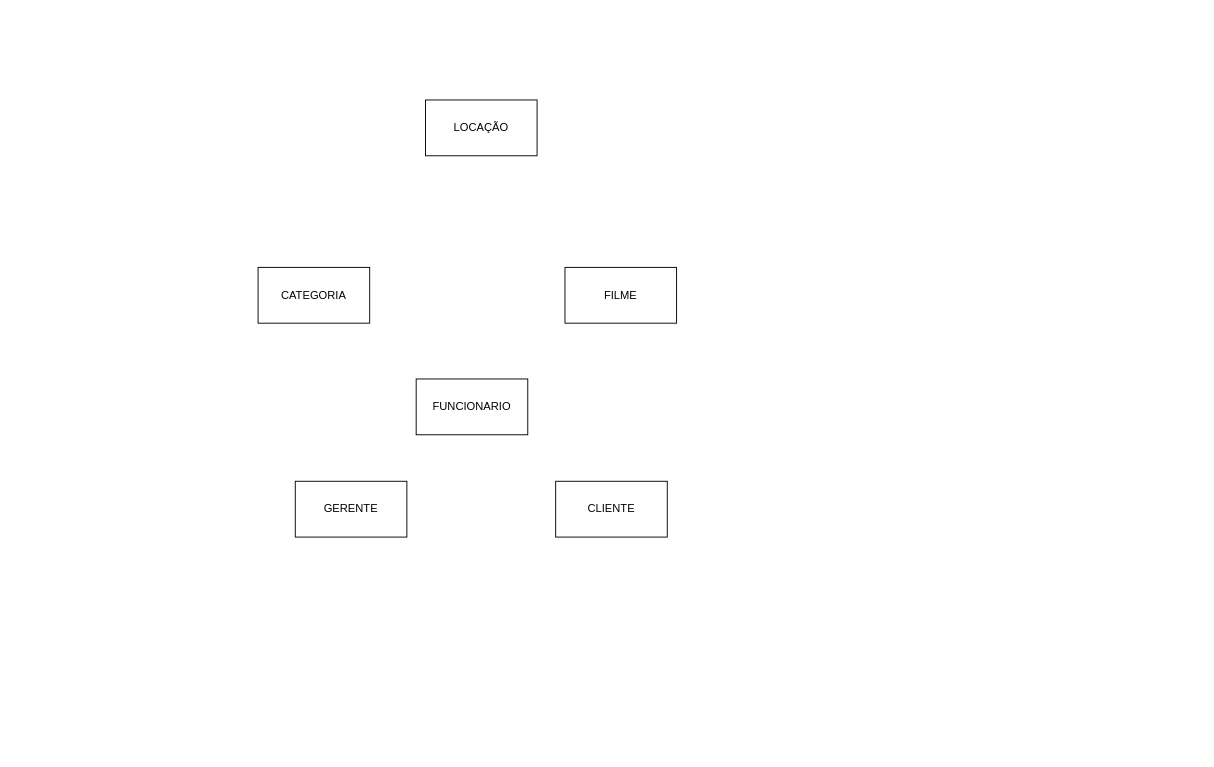
This is LEOBDATV2.drawio from Konitch/Diagram, a draw.io file, before an edit. Source tidied: cells renumbered, new cells numbered last; positions are measured from the earlier drawing's top-left corner, leaving out a move shared by most shapes. Both pictures are drawn from the tidied source at 93%, with x=0, y=0 at pixel (258, 100).
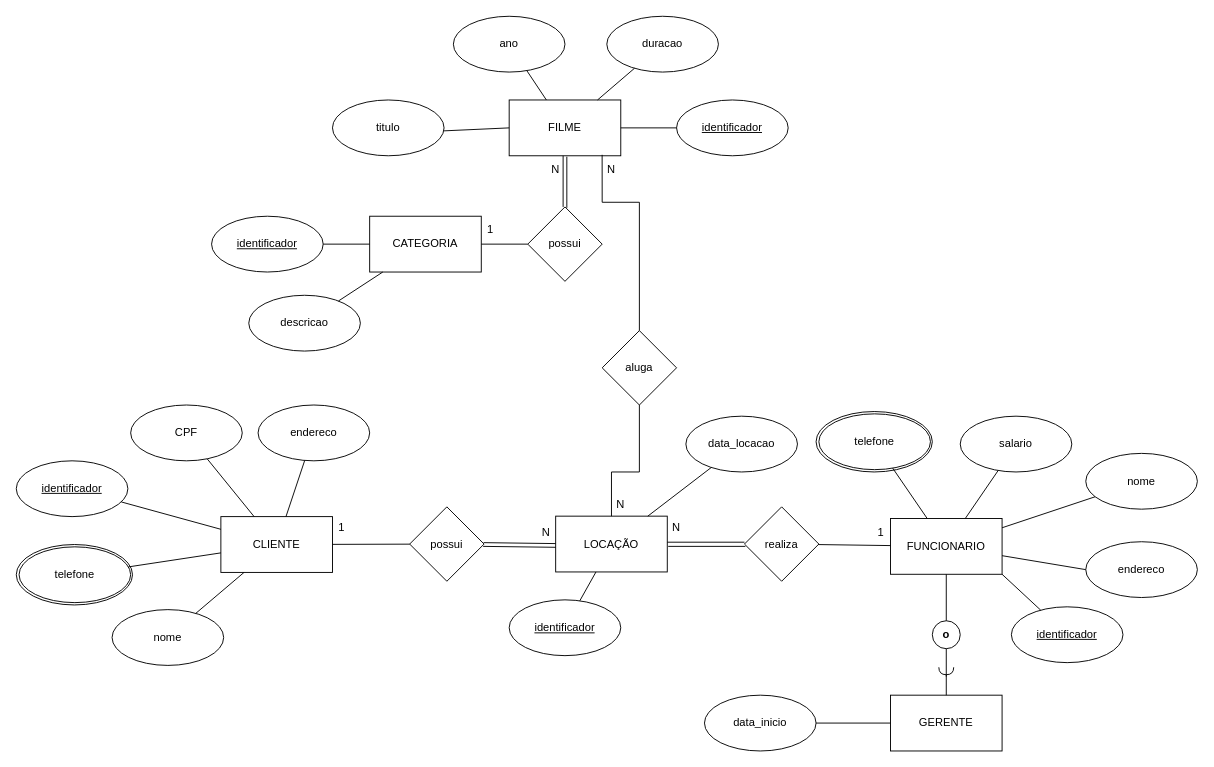
The same diagram, later.

What changed in the source:
```diff
@@
     <mxCell id="2" value="FUNCIONARIO" style="rounded=0;whiteSpace=wrap;html=1;" parent="1" vertex="1">
-      <mxGeometry x="170" y="300" width="120" height="60" as="geometry" />
+      <mxGeometry x="680" y="450" width="120" height="60" as="geometry" />
     </mxCell>
     <mxCell id="3" value="GERENTE" style="rounded=0;whiteSpace=wrap;html=1;" parent="1" vertex="1">
-      <mxGeometry x="40" y="410" width="120" height="60" as="geometry" />
+      <mxGeometry x="680" y="640" width="120" height="60" as="geometry" />
     </mxCell>
     <mxCell id="4" value="CLIENTE" style="rounded=0;whiteSpace=wrap;html=1;" parent="1" vertex="1">
-      <mxGeometry x="320" y="410" width="120" height="60" as="geometry" />
+      <mxGeometry x="-40" y="448" width="120" height="60" as="geometry" />
     </mxCell>
     <mxCell id="5" value="FILME" style="rounded=0;whiteSpace=wrap;html=1;" parent="1" vertex="1">
-      <mxGeometry x="330" y="180" width="120" height="60" as="geometry" />
+      <mxGeometry x="270" width="120" height="60" as="geometry" />
     </mxCell>
     <mxCell id="6" value="CATEGORIA" style="rounded=0;whiteSpace=wrap;html=1;" parent="1" vertex="1">
-      <mxGeometry y="180" width="120" height="60" as="geometry" />
+      <mxGeometry x="120" y="125" width="120" height="60" as="geometry" />
     </mxCell>
     <mxCell id="7" value="LOCAÇÃO" style="rounded=0;whiteSpace=wrap;html=1;" parent="1" vertex="1">
-      <mxGeometry x="180" width="120" height="60" as="geometry" />
+      <mxGeometry x="320" y="447.5" width="120" height="60" as="geometry" />
     </mxCell>
+    <mxCell id="8" value="salario" style="ellipse;whiteSpace=wrap;html=1;" parent="1" vertex="1">
+      <mxGeometry x="755" y="340" width="120" height="60" as="geometry" />
+    </mxCell>
+    <mxCell id="9" value="&lt;u&gt;identificador&lt;/u&gt;" style="ellipse;whiteSpace=wrap;html=1;" parent="1" vertex="1">
+      <mxGeometry x="810" y="545" width="120" height="60" as="geometry" />
+    </mxCell>
+    <mxCell id="10" value="endereco" style="ellipse;whiteSpace=wrap;html=1;" parent="1" vertex="1">
+      <mxGeometry x="890" y="475" width="120" height="60" as="geometry" />
+    </mxCell>
+    <mxCell id="11" value="nome" style="ellipse;whiteSpace=wrap;html=1;" parent="1" vertex="1">
+      <mxGeometry x="890" y="380" width="120" height="60" as="geometry" />
+    </mxCell>
+    <mxCell id="12" style="ellipse;whiteSpace=wrap;html=1;perimeterSpacing=0;" parent="1" vertex="1">
+      <mxGeometry x="600" y="335" width="125" height="65" as="geometry" />
+    </mxCell>
+    <mxCell id="13" value="telefone" style="ellipse;whiteSpace=wrap;html=1;perimeterSpacing=0;" parent="1" vertex="1">
+      <mxGeometry x="603" y="337.5" width="120" height="60" as="geometry" />
+    </mxCell>
+    <mxCell id="14" style="endArrow=none;html=1;rounded=0;" parent="1" edge="1" source="13" target="2">
+      <mxGeometry relative="1" as="geometry" />
+    </mxCell>
+    <mxCell id="15" style="endArrow=none;html=1;rounded=0;exitX=1;exitY=1;exitDx=0;exitDy=0;" parent="1" edge="1" source="2" target="9">
+      <mxGeometry relative="1" as="geometry" />
+    </mxCell>
+    <mxCell id="16" style="endArrow=none;html=1;rounded=0;" parent="1" edge="1" source="8" target="2">
+      <mxGeometry relative="1" as="geometry" />
+    </mxCell>
+    <mxCell id="17" style="endArrow=none;html=1;rounded=0;entryX=0;entryY=0.5;entryDx=0;entryDy=0;" parent="1" edge="1" source="2" target="10">
+      <mxGeometry relative="1" as="geometry" />
+    </mxCell>
+    <mxCell id="18" style="endArrow=none;html=1;rounded=0;" parent="1" edge="1" source="2" target="11">
+      <mxGeometry relative="1" as="geometry" />
+    </mxCell>
+    <mxCell id="19" value="&lt;b&gt;o&lt;/b&gt;" style="ellipse;whiteSpace=wrap;html=1;" parent="1" vertex="1">
+      <mxGeometry x="725" y="560" width="30" height="30" as="geometry" />
+    </mxCell>
+    <mxCell id="20" style="endArrow=halfCircle;html=1;rounded=0;endFill=0;" parent="1" edge="1" source="3">
+      <mxGeometry relative="1" as="geometry">
+        <mxPoint x="740" y="610" as="targetPoint" />
+      </mxGeometry>
+    </mxCell>
+    <mxCell id="21" style="endArrow=none;html=1;rounded=0;entryX=0.5;entryY=0;entryDx=0;entryDy=0;" parent="1" edge="1" source="2" target="19">
+      <mxGeometry relative="1" as="geometry" />
+    </mxCell>
+    <mxCell id="22" style="endArrow=none;html=1;rounded=0;entryX=0.5;entryY=1;entryDx=0;entryDy=0;" parent="1" edge="1" target="19">
+      <mxGeometry relative="1" as="geometry">
+        <mxPoint x="740" y="620" as="sourcePoint" />
+      </mxGeometry>
+    </mxCell>
+    <mxCell id="23" value="data_inicio" style="ellipse;whiteSpace=wrap;html=1;" parent="1" vertex="1">
+      <mxGeometry x="480" y="640" width="120" height="60" as="geometry" />
+    </mxCell>
+    <mxCell id="24" style="endArrow=none;html=1;rounded=0;" parent="1" edge="1" source="23" target="3">
+      <mxGeometry relative="1" as="geometry" />
+    </mxCell>
+    <mxCell id="25" value="&lt;u&gt;identificador&lt;/u&gt;" style="ellipse;whiteSpace=wrap;html=1;" parent="1" vertex="1">
+      <mxGeometry x="-50" y="125" width="120" height="60" as="geometry" />
+    </mxCell>
+    <mxCell id="26" style="endArrow=none;html=1;rounded=0;" parent="1" edge="1" source="25" target="6">
+      <mxGeometry relative="1" as="geometry" />
+    </mxCell>
+    <mxCell id="27" value="descricao" style="ellipse;whiteSpace=wrap;html=1;" parent="1" vertex="1">
+      <mxGeometry x="-10" y="210" width="120" height="60" as="geometry" />
+    </mxCell>
+    <mxCell id="28" style="endArrow=none;html=1;rounded=0;" parent="1" edge="1" source="27" target="6">
+      <mxGeometry relative="1" as="geometry" />
+    </mxCell>
+    <mxCell id="29" value="&lt;u&gt;identificador&lt;/u&gt;" style="ellipse;whiteSpace=wrap;html=1;" parent="1" vertex="1">
+      <mxGeometry x="450" width="120" height="60" as="geometry" />
+    </mxCell>
+    <mxCell id="30" value="titulo" style="ellipse;whiteSpace=wrap;html=1;" parent="1" vertex="1">
+      <mxGeometry x="80" width="120" height="60" as="geometry" />
+    </mxCell>
+    <mxCell id="31" value="ano" style="ellipse;whiteSpace=wrap;html=1;" parent="1" vertex="1">
+      <mxGeometry x="210" y="-90" width="120" height="60" as="geometry" />
+    </mxCell>
+    <mxCell id="32" value="duracao" style="ellipse;whiteSpace=wrap;html=1;" parent="1" vertex="1">
+      <mxGeometry x="375" y="-90" width="120" height="60" as="geometry" />
+    </mxCell>
+    <mxCell id="33" style="endArrow=none;html=1;rounded=0;" parent="1" edge="1" source="5" target="31">
+      <mxGeometry relative="1" as="geometry" />
+    </mxCell>
+    <mxCell id="34" style="endArrow=none;html=1;rounded=0;" parent="1" edge="1" source="30" target="5">
+      <mxGeometry relative="1" as="geometry" />
+    </mxCell>
+    <mxCell id="35" style="endArrow=none;html=1;rounded=0;" parent="1" edge="1" source="5" target="32">
+      <mxGeometry relative="1" as="geometry" />
+    </mxCell>
+    <mxCell id="36" style="endArrow=none;html=1;rounded=0;" parent="1" edge="1" source="29" target="5">
+      <mxGeometry relative="1" as="geometry" />
+    </mxCell>
+    <mxCell id="37" style="ellipse;whiteSpace=wrap;html=1;perimeterSpacing=0;" parent="1" vertex="1">
+      <mxGeometry x="-260" y="478" width="125" height="65" as="geometry" />
+    </mxCell>
+    <mxCell id="38" value="telefone" style="ellipse;whiteSpace=wrap;html=1;perimeterSpacing=0;" parent="1" vertex="1">
+      <mxGeometry x="-257" y="480.5" width="120" height="60" as="geometry" />
+    </mxCell>
+    <mxCell id="39" value="&lt;u&gt;identificador&lt;/u&gt;" style="ellipse;whiteSpace=wrap;html=1;" parent="1" vertex="1">
+      <mxGeometry x="-260" y="388" width="120" height="60" as="geometry" />
+    </mxCell>
+    <mxCell id="40" value="nome" style="ellipse;whiteSpace=wrap;html=1;" parent="1" vertex="1">
+      <mxGeometry x="-157" y="548" width="120" height="60" as="geometry" />
+    </mxCell>
+    <mxCell id="41" value="CPF" style="ellipse;whiteSpace=wrap;html=1;" parent="1" vertex="1">
+      <mxGeometry x="-137" y="328" width="120" height="60" as="geometry" />
+    </mxCell>
+    <mxCell id="42" value="endereco" style="ellipse;whiteSpace=wrap;html=1;" parent="1" vertex="1">
+      <mxGeometry y="328" width="120" height="60" as="geometry" />
+    </mxCell>
+    <mxCell id="43" style="endArrow=none;html=1;rounded=0;" parent="1" edge="1" source="41" target="4">
+      <mxGeometry relative="1" as="geometry" />
+    </mxCell>
+    <mxCell id="44" style="endArrow=none;html=1;rounded=0;" parent="1" edge="1" source="39" target="4">
+      <mxGeometry relative="1" as="geometry" />
+    </mxCell>
+    <mxCell id="45" style="endArrow=none;html=1;rounded=0;" parent="1" edge="1" source="38" target="4">
+      <mxGeometry relative="1" as="geometry" />
+    </mxCell>
+    <mxCell id="46" style="endArrow=none;html=1;rounded=0;" parent="1" edge="1" source="40" target="4">
+      <mxGeometry relative="1" as="geometry" />
+    </mxCell>
+    <mxCell id="47" style="endArrow=none;html=1;rounded=0;" parent="1" edge="1" source="42" target="4">
+      <mxGeometry relative="1" as="geometry" />
+    </mxCell>
+    <mxCell id="48" value="&lt;u&gt;identificador&lt;/u&gt;" style="ellipse;whiteSpace=wrap;html=1;" parent="1" vertex="1">
+      <mxGeometry x="270" y="537.5" width="120" height="60" as="geometry" />
+    </mxCell>
+    <mxCell id="49" value="data_locacao" style="ellipse;whiteSpace=wrap;html=1;" parent="1" vertex="1">
+      <mxGeometry x="460" y="340" width="120" height="60" as="geometry" />
+    </mxCell>
+    <mxCell id="50" style="endArrow=none;html=1;rounded=0;" parent="1" edge="1" source="48" target="7">
+      <mxGeometry relative="1" as="geometry" />
+    </mxCell>
+    <mxCell id="51" style="endArrow=none;html=1;rounded=0;" parent="1" edge="1" source="49" target="7">
+      <mxGeometry relative="1" as="geometry" />
+    </mxCell>
+    <mxCell id="52" value="possui" style="rhombus;whiteSpace=wrap;html=1;" parent="1" vertex="1">
+      <mxGeometry x="290" y="115" width="80" height="80" as="geometry" />
+    </mxCell>
+    <mxCell id="53" style="endArrow=none;html=1;rounded=0;" parent="1" edge="1">
+      <mxGeometry relative="1" as="geometry">
+        <mxPoint x="328" y="60" as="sourcePoint" />
+        <mxPoint x="328" y="115" as="targetPoint" />
+      </mxGeometry>
+    </mxCell>
+    <mxCell id="54" style="endArrow=none;html=1;rounded=0;" parent="1" edge="1" source="6" target="52">
+      <mxGeometry relative="1" as="geometry" />
+    </mxCell>
+    <mxCell id="55" value="realiza" style="rhombus;whiteSpace=wrap;html=1;" parent="1" vertex="1">
+      <mxGeometry x="523" y="437.5" width="80" height="80" as="geometry" />
+    </mxCell>
+    <mxCell id="56" style="endArrow=none;html=1;rounded=0;" parent="1" edge="1">
+      <mxGeometry relative="1" as="geometry">
+        <mxPoint x="440" y="475.5" as="sourcePoint" />
+        <mxPoint x="523" y="475.5" as="targetPoint" />
+      </mxGeometry>
+    </mxCell>
+    <mxCell id="57" style="endArrow=none;html=1;rounded=0;" parent="1" edge="1" source="55" target="2">
+      <mxGeometry relative="1" as="geometry" />
+    </mxCell>
+    <mxCell id="58" value="1" style="text;html=1;align=center;verticalAlign=middle;whiteSpace=wrap;rounded=0;" parent="1" vertex="1">
+      <mxGeometry x="240" y="125" width="20" height="30" as="geometry" />
+    </mxCell>
+    <mxCell id="59" value="N" style="text;html=1;align=center;verticalAlign=middle;whiteSpace=wrap;rounded=0;" parent="1" vertex="1">
+      <mxGeometry x="310" y="60" width="20" height="30" as="geometry" />
+    </mxCell>
+    <mxCell id="60" style="endArrow=none;html=1;rounded=0;" parent="1" edge="1">
+      <mxGeometry relative="1" as="geometry">
+        <mxPoint x="332" y="61" as="sourcePoint" />
+        <mxPoint x="332" y="116" as="targetPoint" />
+      </mxGeometry>
+    </mxCell>
+    <mxCell id="61" style="endArrow=none;html=1;rounded=0;strokeWidth=1;" parent="1" edge="1">
+      <mxGeometry relative="1" as="geometry">
+        <mxPoint x="441" y="480" as="sourcePoint" />
+        <mxPoint x="524" y="480" as="targetPoint" />
+      </mxGeometry>
+    </mxCell>
+    <mxCell id="62" value="N" style="text;html=1;align=center;verticalAlign=middle;whiteSpace=wrap;rounded=0;" parent="1" vertex="1">
+      <mxGeometry x="440" y="445" width="20" height="30" as="geometry" />
+    </mxCell>
+    <mxCell id="63" value="1" style="text;html=1;align=center;verticalAlign=middle;whiteSpace=wrap;rounded=0;" parent="1" vertex="1">
+      <mxGeometry x="660" y="450" width="20" height="30" as="geometry" />
+    </mxCell>
+    <mxCell id="64" value="possui" style="rhombus;whiteSpace=wrap;html=1;" parent="1" vertex="1">
+      <mxGeometry x="163" y="437.5" width="80" height="80" as="geometry" />
+    </mxCell>
+    <mxCell id="65" style="endArrow=none;html=1;rounded=0;" parent="1" edge="1" source="4" target="64">
+      <mxGeometry relative="1" as="geometry" />
+    </mxCell>
+    <mxCell id="66" style="endArrow=none;html=1;rounded=0;" parent="1" edge="1">
+      <mxGeometry relative="1" as="geometry">
+        <mxPoint x="242.5" y="476" as="sourcePoint" />
+        <mxPoint x="320" y="477" as="targetPoint" />
+      </mxGeometry>
+    </mxCell>
+    <mxCell id="67" value="1" style="text;html=1;align=center;verticalAlign=middle;whiteSpace=wrap;rounded=0;" parent="1" vertex="1">
+      <mxGeometry x="80" y="445" width="20" height="30" as="geometry" />
+    </mxCell>
+    <mxCell id="68" value="N" style="text;html=1;align=center;verticalAlign=middle;whiteSpace=wrap;rounded=0;" parent="1" vertex="1">
+      <mxGeometry x="300" y="450" width="20" height="30" as="geometry" />
+    </mxCell>
+    <mxCell id="69" style="endArrow=none;html=1;rounded=0;" parent="1" edge="1">
+      <mxGeometry relative="1" as="geometry">
+        <mxPoint x="242" y="480" as="sourcePoint" />
+        <mxPoint x="320" y="481" as="targetPoint" />
+      </mxGeometry>
+    </mxCell>
+    <mxCell id="70" value="aluga" style="rhombus;whiteSpace=wrap;html=1;" parent="1" vertex="1">
+      <mxGeometry x="370" y="248" width="80" height="80" as="geometry" />
+    </mxCell>
+    <mxCell id="71" style="endArrow=none;html=1;rounded=0;" parent="1" edge="1" source="70" target="7">
+      <mxGeometry relative="1" as="geometry">
+        <Array as="points">
+          <mxPoint x="410" y="400" />
+          <mxPoint x="380" y="400" />
+        </Array>
+      </mxGeometry>
+    </mxCell>
+    <mxCell id="72" style="endArrow=none;html=1;rounded=0;exitX=0.833;exitY=0.983;exitDx=0;exitDy=0;exitPerimeter=0;" parent="1" edge="1" source="5" target="70">
+      <mxGeometry relative="1" as="geometry">
+        <Array as="points">
+          <mxPoint x="370" y="110" />
+          <mxPoint x="410" y="110" />
+        </Array>
+      </mxGeometry>
+    </mxCell>
+    <mxCell id="73" value="N" style="text;html=1;align=center;verticalAlign=middle;whiteSpace=wrap;rounded=0;" parent="1" vertex="1">
+      <mxGeometry x="380" y="420" width="20" height="30" as="geometry" />
+    </mxCell>
+    <mxCell id="74" value="N" style="text;html=1;align=center;verticalAlign=middle;whiteSpace=wrap;rounded=0;" parent="1" vertex="1">
+      <mxGeometry x="370" y="60" width="20" height="30" as="geometry" />
+    </mxCell>
```
